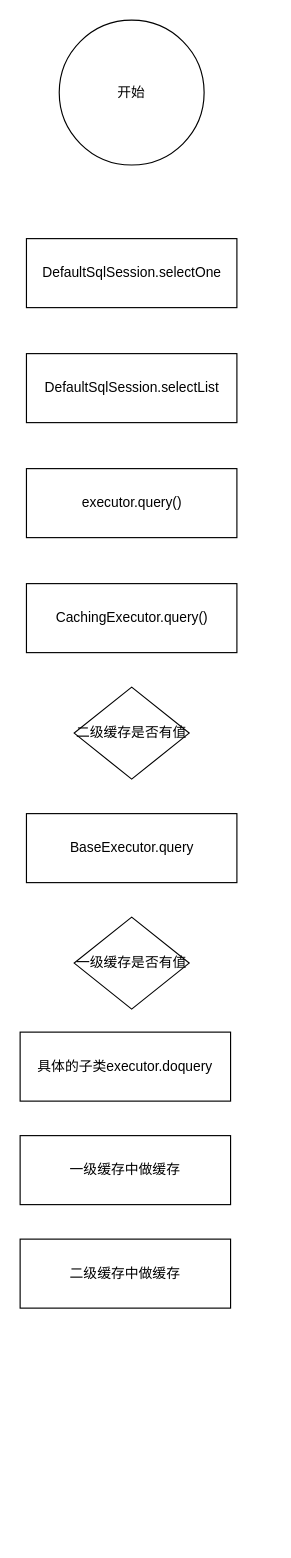
Before: page "Page-1" (1 of 2) of Untitled Diagram.drawio in luo1993hao/book, a draw.io diagram. Source tidied: cells renumbered, new cells numbered last; positions are measured from the earlier drawing's top-left corner, leaving out a move shared by most shapes. Both pictures are drawn from the tidied source at 115%, with x=0, y=0 at pixel (20, 20).
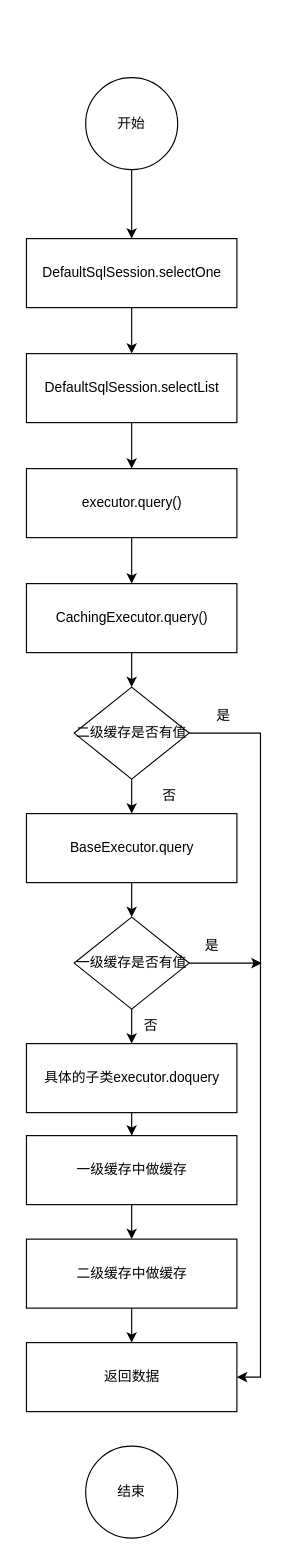
The same diagram, later.

Unchanged cells that the change refers to:
```xml
<mxCell id="3" value="DefaultSqlSession.selectOne" style="rounded=0;whiteSpace=wrap;html=1;" parent="1" vertex="1">
  <mxGeometry x="5.5" y="190" width="183" height="60" as="geometry" />
</mxCell>
<mxCell id="4" value="DefaultSqlSession.selectList" style="rounded=0;whiteSpace=wrap;html=1;" parent="1" vertex="1">
  <mxGeometry x="5.5" y="290" width="183" height="60" as="geometry" />
</mxCell>
<mxCell id="5" value="executor.query()" style="rounded=0;whiteSpace=wrap;html=1;" parent="1" vertex="1">
  <mxGeometry x="5.5" y="390" width="183" height="60" as="geometry" />
</mxCell>
<mxCell id="6" value="CachingExecutor.query()" style="rounded=0;whiteSpace=wrap;html=1;" parent="1" vertex="1">
  <mxGeometry x="5.5" y="490" width="183" height="60" as="geometry" />
</mxCell>
<mxCell id="7" value="二级缓存是否有值" style="rhombus;whiteSpace=wrap;html=1;" parent="1" vertex="1">
  <mxGeometry x="47" y="580" width="100" height="80" as="geometry" />
</mxCell>
<mxCell id="8" value="BaseExecutor.query" style="rounded=0;whiteSpace=wrap;html=1;" parent="1" vertex="1">
  <mxGeometry x="5.5" y="690" width="183" height="60" as="geometry" />
</mxCell>
<mxCell id="9" value="一级缓存是否有值" style="rhombus;whiteSpace=wrap;html=1;" parent="1" vertex="1">
  <mxGeometry x="47" y="780" width="100" height="80" as="geometry" />
</mxCell>
```

Change to the diagram source:
```diff
@@
+    <mxCell id="13" style="edgeStyle=orthogonalEdgeStyle;rounded=0;jettySize=auto;html=1;entryX=0.5;entryY=0;entryDx=0;entryDy=0;" parent="1" edge="1" source="2" target="3">
+      <mxGeometry relative="1" as="geometry" />
+    </mxCell>
     <mxCell id="2" value="开始" style="ellipse;whiteSpace=wrap;html=1;" parent="1" vertex="1">
-      <mxGeometry x="34" width="126" height="126" as="geometry" />
+      <mxGeometry x="57" y="50" width="80" height="80" as="geometry" />
     </mxCell>
+    <mxCell id="14" style="edgeStyle=orthogonalEdgeStyle;rounded=0;jettySize=auto;html=1;entryX=0.5;entryY=0;entryDx=0;entryDy=0;" parent="1" edge="1" source="3" target="4">
+      <mxGeometry relative="1" as="geometry" />
+    </mxCell>
@@
+    <mxCell id="15" style="edgeStyle=orthogonalEdgeStyle;rounded=0;jettySize=auto;html=1;" parent="1" edge="1" source="4" target="5">
+      <mxGeometry relative="1" as="geometry" />
+    </mxCell>
@@
+    <mxCell id="16" style="edgeStyle=orthogonalEdgeStyle;rounded=0;jettySize=auto;html=1;entryX=0.5;entryY=0;entryDx=0;entryDy=0;" parent="1" edge="1" source="5" target="6">
+      <mxGeometry relative="1" as="geometry" />
+    </mxCell>
@@
+    <mxCell id="17" style="edgeStyle=orthogonalEdgeStyle;rounded=0;jettySize=auto;html=1;" parent="1" edge="1" source="6" target="7">
+      <mxGeometry relative="1" as="geometry" />
+    </mxCell>
@@
+    <mxCell id="18" style="edgeStyle=orthogonalEdgeStyle;rounded=0;jettySize=auto;html=1;entryX=0.5;entryY=0;entryDx=0;entryDy=0;" parent="1" edge="1" source="7" target="8">
+      <mxGeometry relative="1" as="geometry" />
+    </mxCell>
+    <mxCell id="19" style="edgeStyle=orthogonalEdgeStyle;rounded=0;jettySize=auto;html=1;entryX=1;entryY=0.5;entryDx=0;entryDy=0;" parent="1" edge="1" source="7" target="28">
+      <mxGeometry relative="1" as="geometry">
+        <Array as="points">
+          <mxPoint x="209" y="620" />
+          <mxPoint x="209" y="1180" />
+        </Array>
+      </mxGeometry>
+    </mxCell>
@@
+    <mxCell id="20" style="edgeStyle=orthogonalEdgeStyle;rounded=0;jettySize=auto;html=1;" parent="1" edge="1" source="8" target="9">
+      <mxGeometry relative="1" as="geometry" />
+    </mxCell>
@@
+    <mxCell id="21" style="edgeStyle=orthogonalEdgeStyle;rounded=0;jettySize=auto;html=1;" parent="1" edge="1" source="9" target="10">
+      <mxGeometry relative="1" as="geometry" />
+    </mxCell>
+    <mxCell id="22" style="edgeStyle=orthogonalEdgeStyle;rounded=0;jettySize=auto;html=1;" parent="1" edge="1" source="9">
+      <mxGeometry relative="1" as="geometry">
+        <mxPoint x="210" y="820" as="targetPoint" />
+      </mxGeometry>
+    </mxCell>
@@
+    <mxCell id="23" style="edgeStyle=orthogonalEdgeStyle;rounded=0;jettySize=auto;html=1;" parent="1" edge="1" source="10" target="11">
+      <mxGeometry relative="1" as="geometry" />
+    </mxCell>
     <mxCell id="10" value="具体的子类executor.doquery" style="rounded=0;whiteSpace=wrap;html=1;" parent="1" vertex="1">
-      <mxGeometry y="880" width="183" height="60" as="geometry" />
+      <mxGeometry x="5.5" y="890" width="183" height="60" as="geometry" />
     </mxCell>
+    <mxCell id="24" style="edgeStyle=orthogonalEdgeStyle;rounded=0;jettySize=auto;html=1;entryX=0.5;entryY=0;entryDx=0;entryDy=0;" parent="1" edge="1" source="11" target="12">
+      <mxGeometry relative="1" as="geometry" />
+    </mxCell>
     <mxCell id="11" value="一级缓存中做缓存" style="rounded=0;whiteSpace=wrap;html=1;" parent="1" vertex="1">
-      <mxGeometry y="970" width="183" height="60" as="geometry" />
+      <mxGeometry x="5.5" y="970" width="183" height="60" as="geometry" />
     </mxCell>
+    <mxCell id="25" style="edgeStyle=orthogonalEdgeStyle;rounded=0;jettySize=auto;html=1;entryX=0.5;entryY=0;entryDx=0;entryDy=0;" parent="1" edge="1" source="12" target="28">
+      <mxGeometry relative="1" as="geometry" />
+    </mxCell>
     <mxCell id="12" value="二级缓存中做缓存" style="rounded=0;whiteSpace=wrap;html=1;" parent="1" vertex="1">
-      <mxGeometry y="1060" width="183" height="60" as="geometry" />
+      <mxGeometry x="5.5" y="1060" width="183" height="60" as="geometry" />
     </mxCell>
+    <mxCell id="26" value="结束" style="ellipse;whiteSpace=wrap;html=1;" parent="1" vertex="1">
+      <mxGeometry x="57" y="1240" width="80" height="80" as="geometry" />
+    </mxCell>
+    <mxCell id="27" value="否" style="text;html=1;strokeColor=none;fillColor=none;align=center;verticalAlign=middle;whiteSpace=wrap;rounded=0;" parent="1" vertex="1">
+      <mxGeometry x="100" y="660" width="60" height="30" as="geometry" />
+    </mxCell>
+    <mxCell id="28" value="返回数据" style="rounded=0;whiteSpace=wrap;html=1;" parent="1" vertex="1">
+      <mxGeometry x="5.5" y="1150" width="183" height="60" as="geometry" />
+    </mxCell>
+    <mxCell id="29" value="是" style="text;html=1;strokeColor=none;fillColor=none;align=center;verticalAlign=middle;whiteSpace=wrap;rounded=0;" parent="1" vertex="1">
+      <mxGeometry x="147" y="590" width="60" height="30" as="geometry" />
+    </mxCell>
+    <mxCell id="30" value="是" style="text;html=1;strokeColor=none;fillColor=none;align=center;verticalAlign=middle;whiteSpace=wrap;rounded=0;" parent="1" vertex="1">
+      <mxGeometry x="137" y="790" width="60" height="30" as="geometry" />
+    </mxCell>
+    <mxCell id="31" value="否" style="text;html=1;strokeColor=none;fillColor=none;align=center;verticalAlign=middle;whiteSpace=wrap;rounded=0;" parent="1" vertex="1">
+      <mxGeometry x="84" y="860" width="60" height="30" as="geometry" />
+    </mxCell>
```
